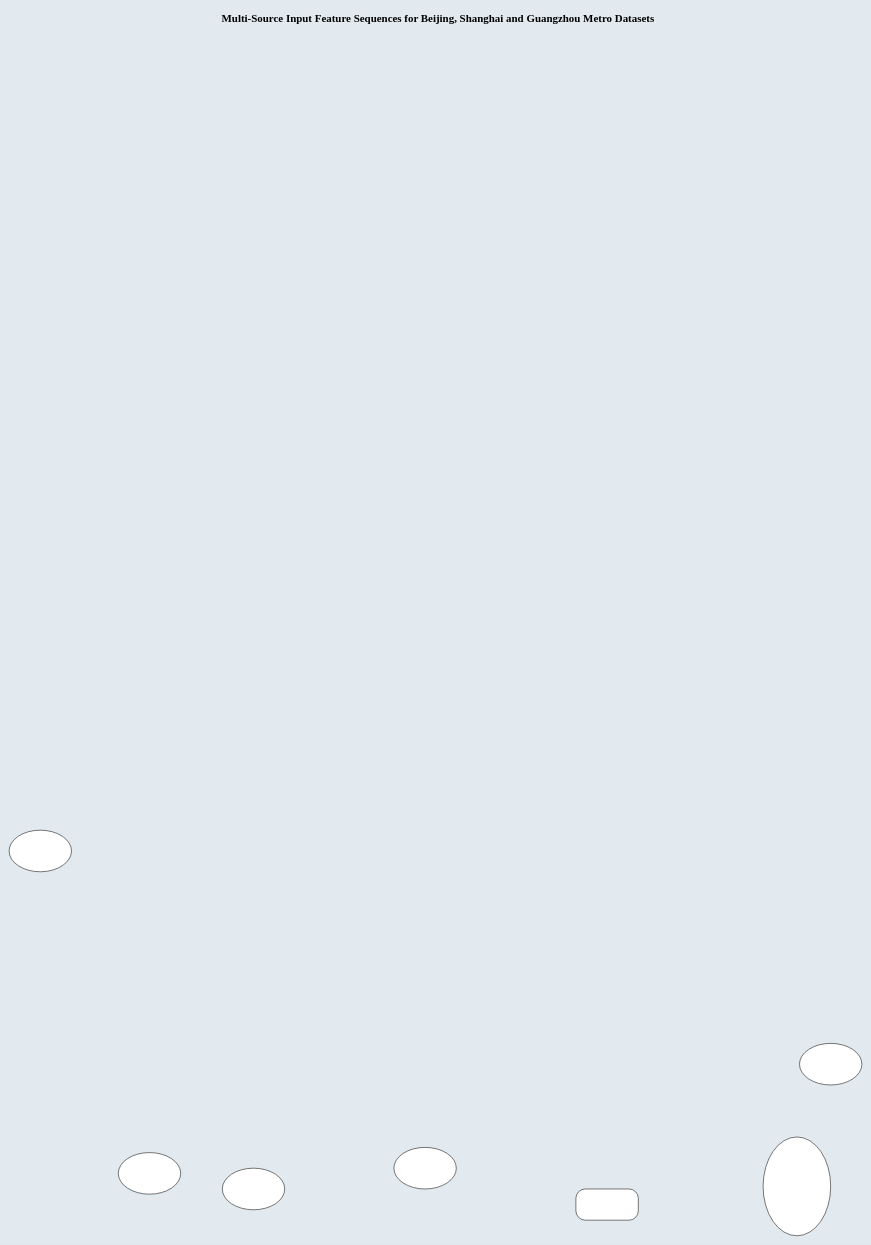
This is 1.drawio from benxiaohai-66/TimeSeries_Predict, a draw.io file, before an edit. Source tidied: cells renumbered, new cells numbered last; positions are measured from the earlier drawing's top-left corner, leaving out a move shared by most shapes. Both pictures are drawn from the tidied source at 52%, with x=0, y=0 at pixel (9, 9).
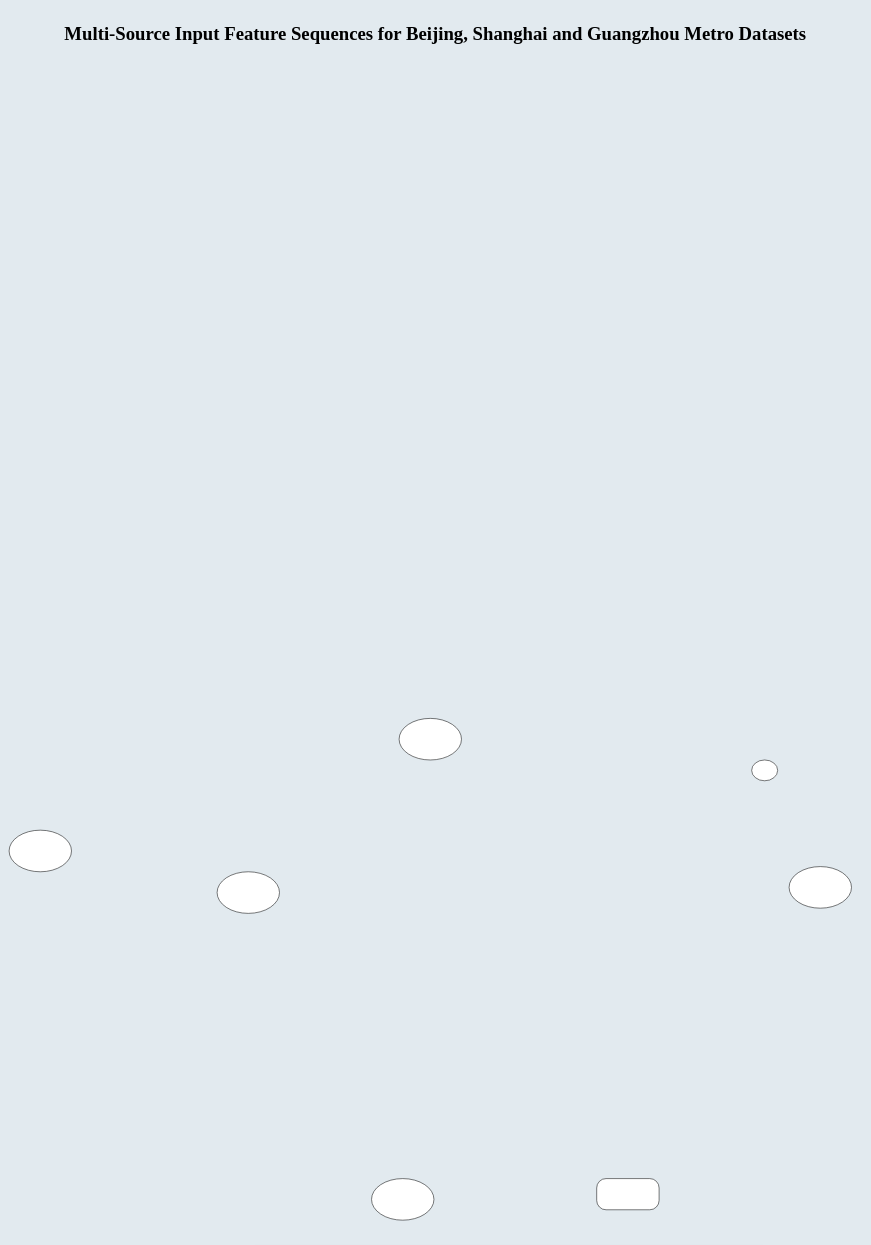
The same page after the edit.

What changed in the source:
```diff
@@
 <mxGraphModel background="light-dark(#e2eaef, #121212)">
   <root>
     <mxCell id="0" />
     <mxCell id="1" parent="0" />
-    <mxCell id="2" value="&lt;font&gt;&lt;span&gt;Multi-Source Input Feature Sequences for Beijing, Shanghai and Guangzhou Metro Datasets&lt;/span&gt;&lt;/font&gt;" style="text;whiteSpace=wrap;html=1;align=center;fontFamily=Times New Roman;fontStyle=1;flipH=0;legacyAnchorPoints=0;fontSize=21;" parent="1" vertex="1">
-      <mxGeometry x="390" width="870" height="40" as="geometry" />
+    <mxCell id="2" value="&lt;font&gt;&lt;span&gt;Multi-Source Input Feature Sequences for Beijing, Shanghai and Guangzhou Metro Datasets&lt;/span&gt;&lt;/font&gt;" style="text;whiteSpace=wrap;html=1;align=center;fontFamily=Times New Roman;fontStyle=1;flipH=0;legacyAnchorPoints=0;fontSize=36;" parent="1" vertex="1">
+      <mxGeometry x="80" y="19" width="1480" height="40" as="geometry" />
     </mxCell>
     <mxCell id="3" style="ellipse;whiteSpace=wrap;html=1;" parent="1" vertex="1">
-      <mxGeometry x="210" y="2199" width="120" height="80" as="geometry" />
+      <mxGeometry x="400" y="1659" width="120" height="80" as="geometry" />
     </mxCell>
     <mxCell id="4" style="ellipse;whiteSpace=wrap;html=1;" parent="1" vertex="1">
       <mxGeometry y="1579" width="120" height="80" as="geometry" />
     </mxCell>
     <mxCell id="5" style="ellipse;whiteSpace=wrap;html=1;" parent="1" vertex="1">
-      <mxGeometry x="410" y="2229" width="120" height="80" as="geometry" />
+      <mxGeometry x="697" y="2249" width="120" height="80" as="geometry" />
     </mxCell>
     <mxCell id="6" style="ellipse;whiteSpace=wrap;html=1;" parent="1" vertex="1">
-      <mxGeometry x="1520" y="1989" width="120" height="80" as="geometry" />
+      <mxGeometry x="1500" y="1649" width="120" height="80" as="geometry" />
     </mxCell>
     <mxCell id="7" style="ellipse;whiteSpace=wrap;html=1;" parent="1" vertex="1">
-      <mxGeometry x="740" y="2189" width="120" height="80" as="geometry" />
+      <mxGeometry x="750" y="1364" width="120" height="80" as="geometry" />
     </mxCell>
-    <mxCell id="8" style="ellipse;whiteSpace=wrap;html=1;" parent="1" vertex="1">
-      <mxGeometry x="1450" y="2169" width="130" height="190" as="geometry" />
+    <mxCell id="8" style="ellipse;html=1;" parent="1" vertex="1">
+      <mxGeometry x="1428" y="1444" width="50" height="40" as="geometry" />
     </mxCell>
     <mxCell id="9" style="rounded=1;whiteSpace=wrap;html=1;arcSize=30;" parent="1" vertex="1">
-      <mxGeometry x="1090" y="2269" width="120" height="60" as="geometry" />
+      <mxGeometry x="1130" y="2249" width="120" height="60" as="geometry" />
     </mxCell>
   </root>
 </mxGraphModel>
```
